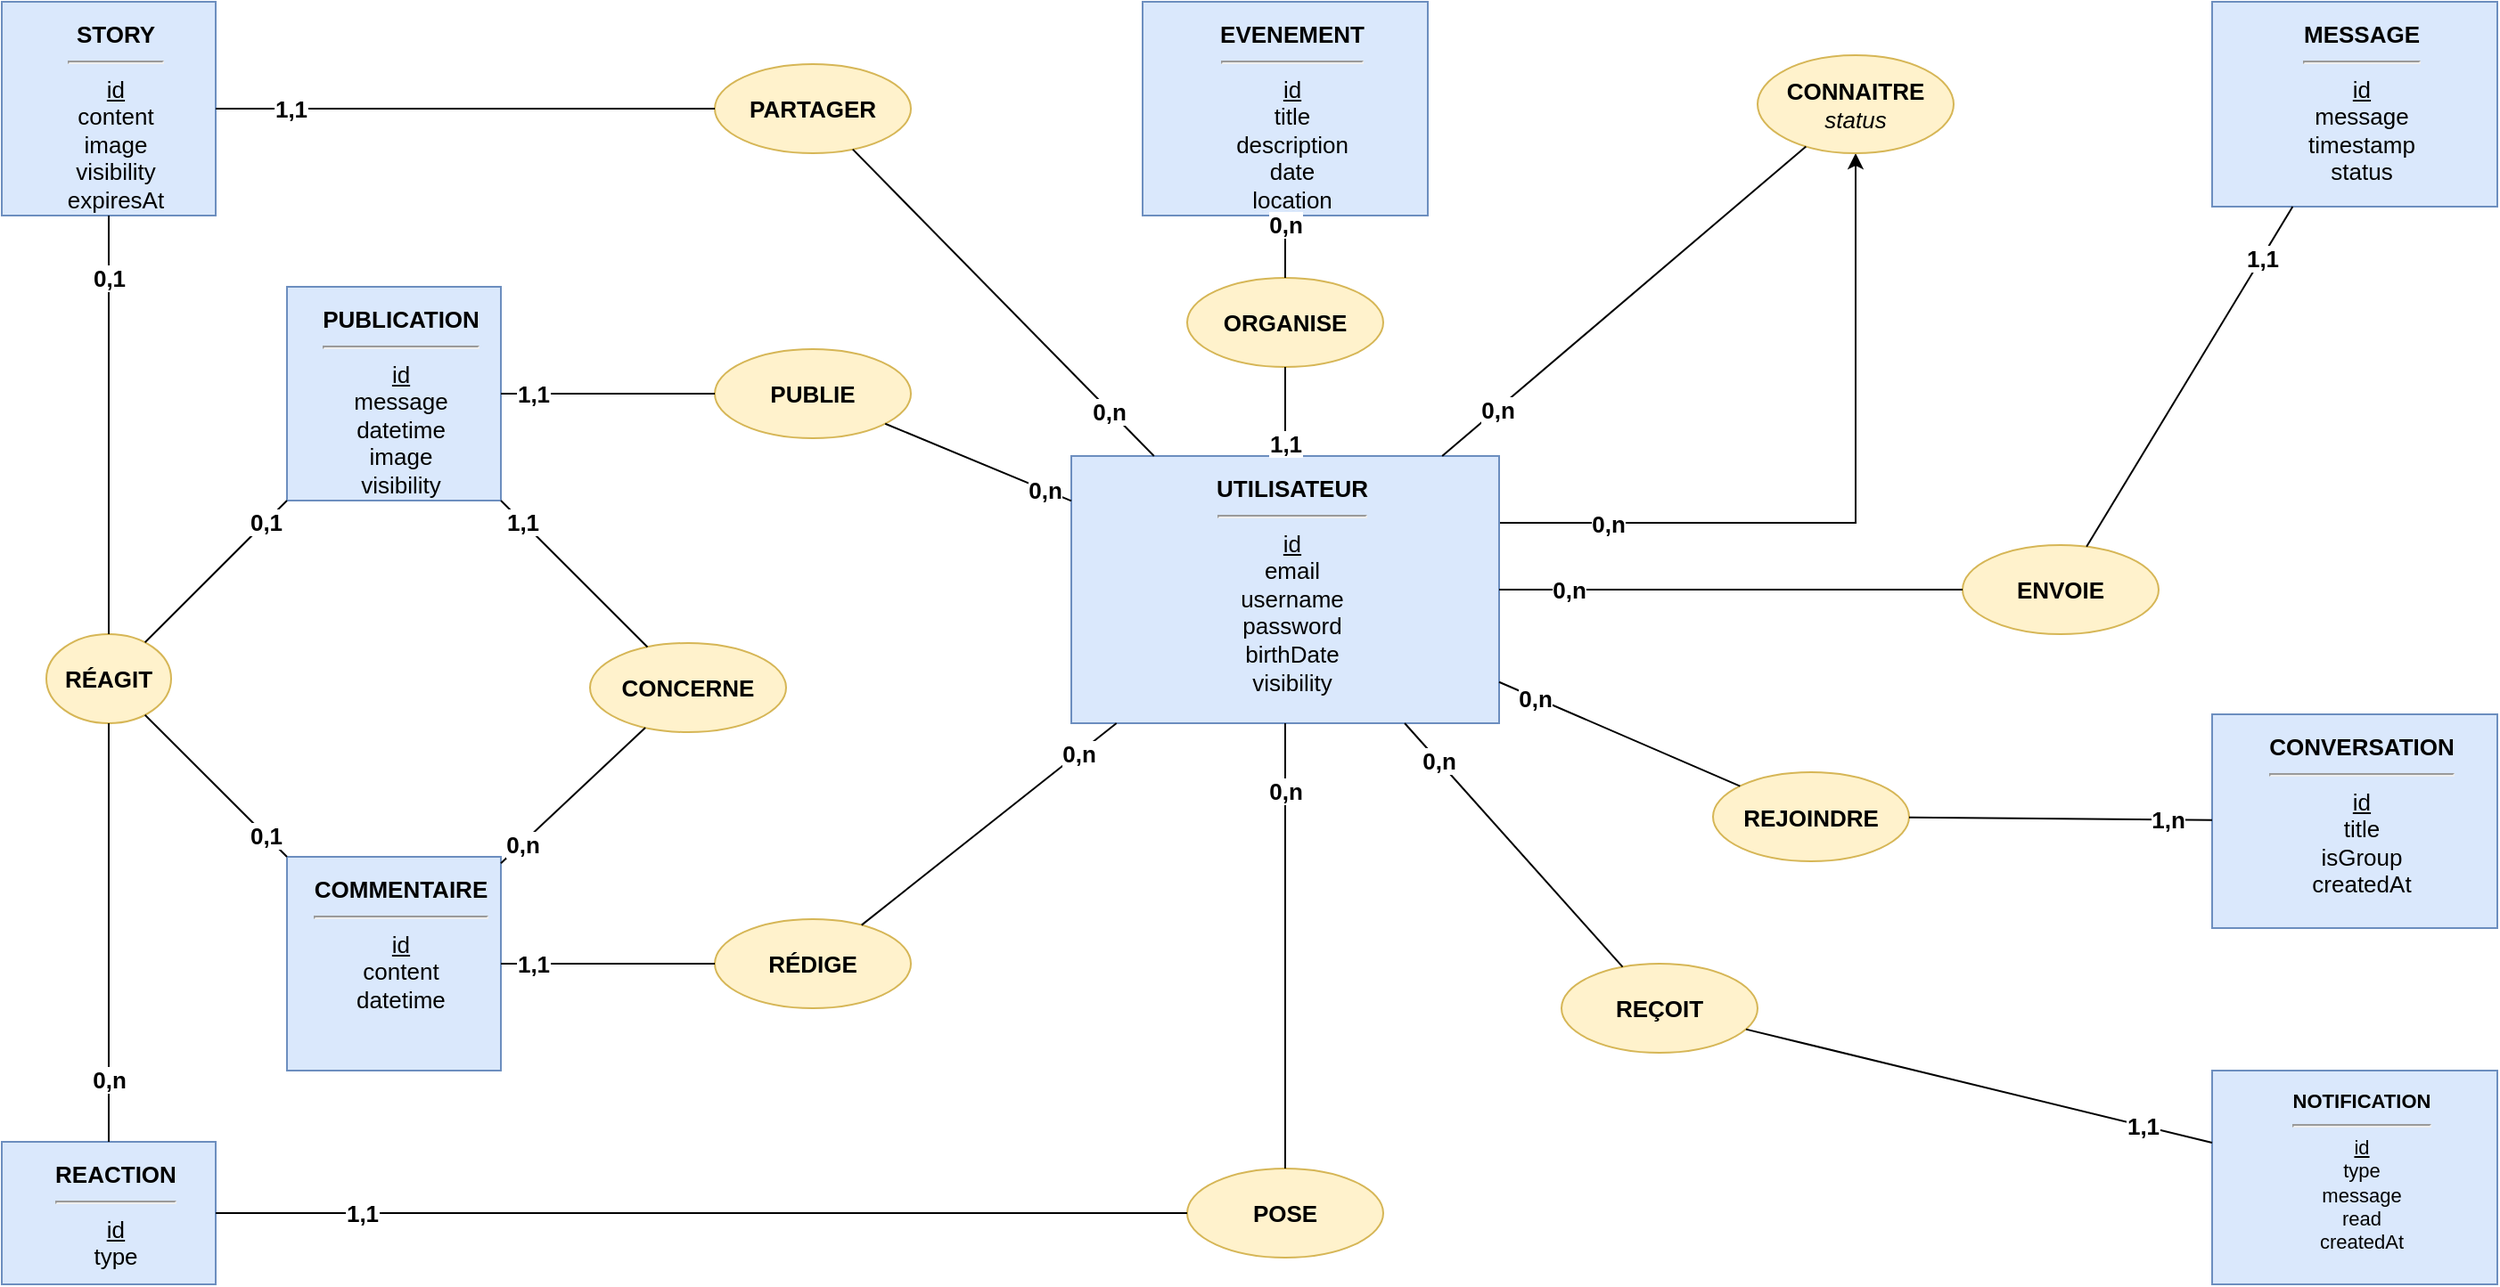
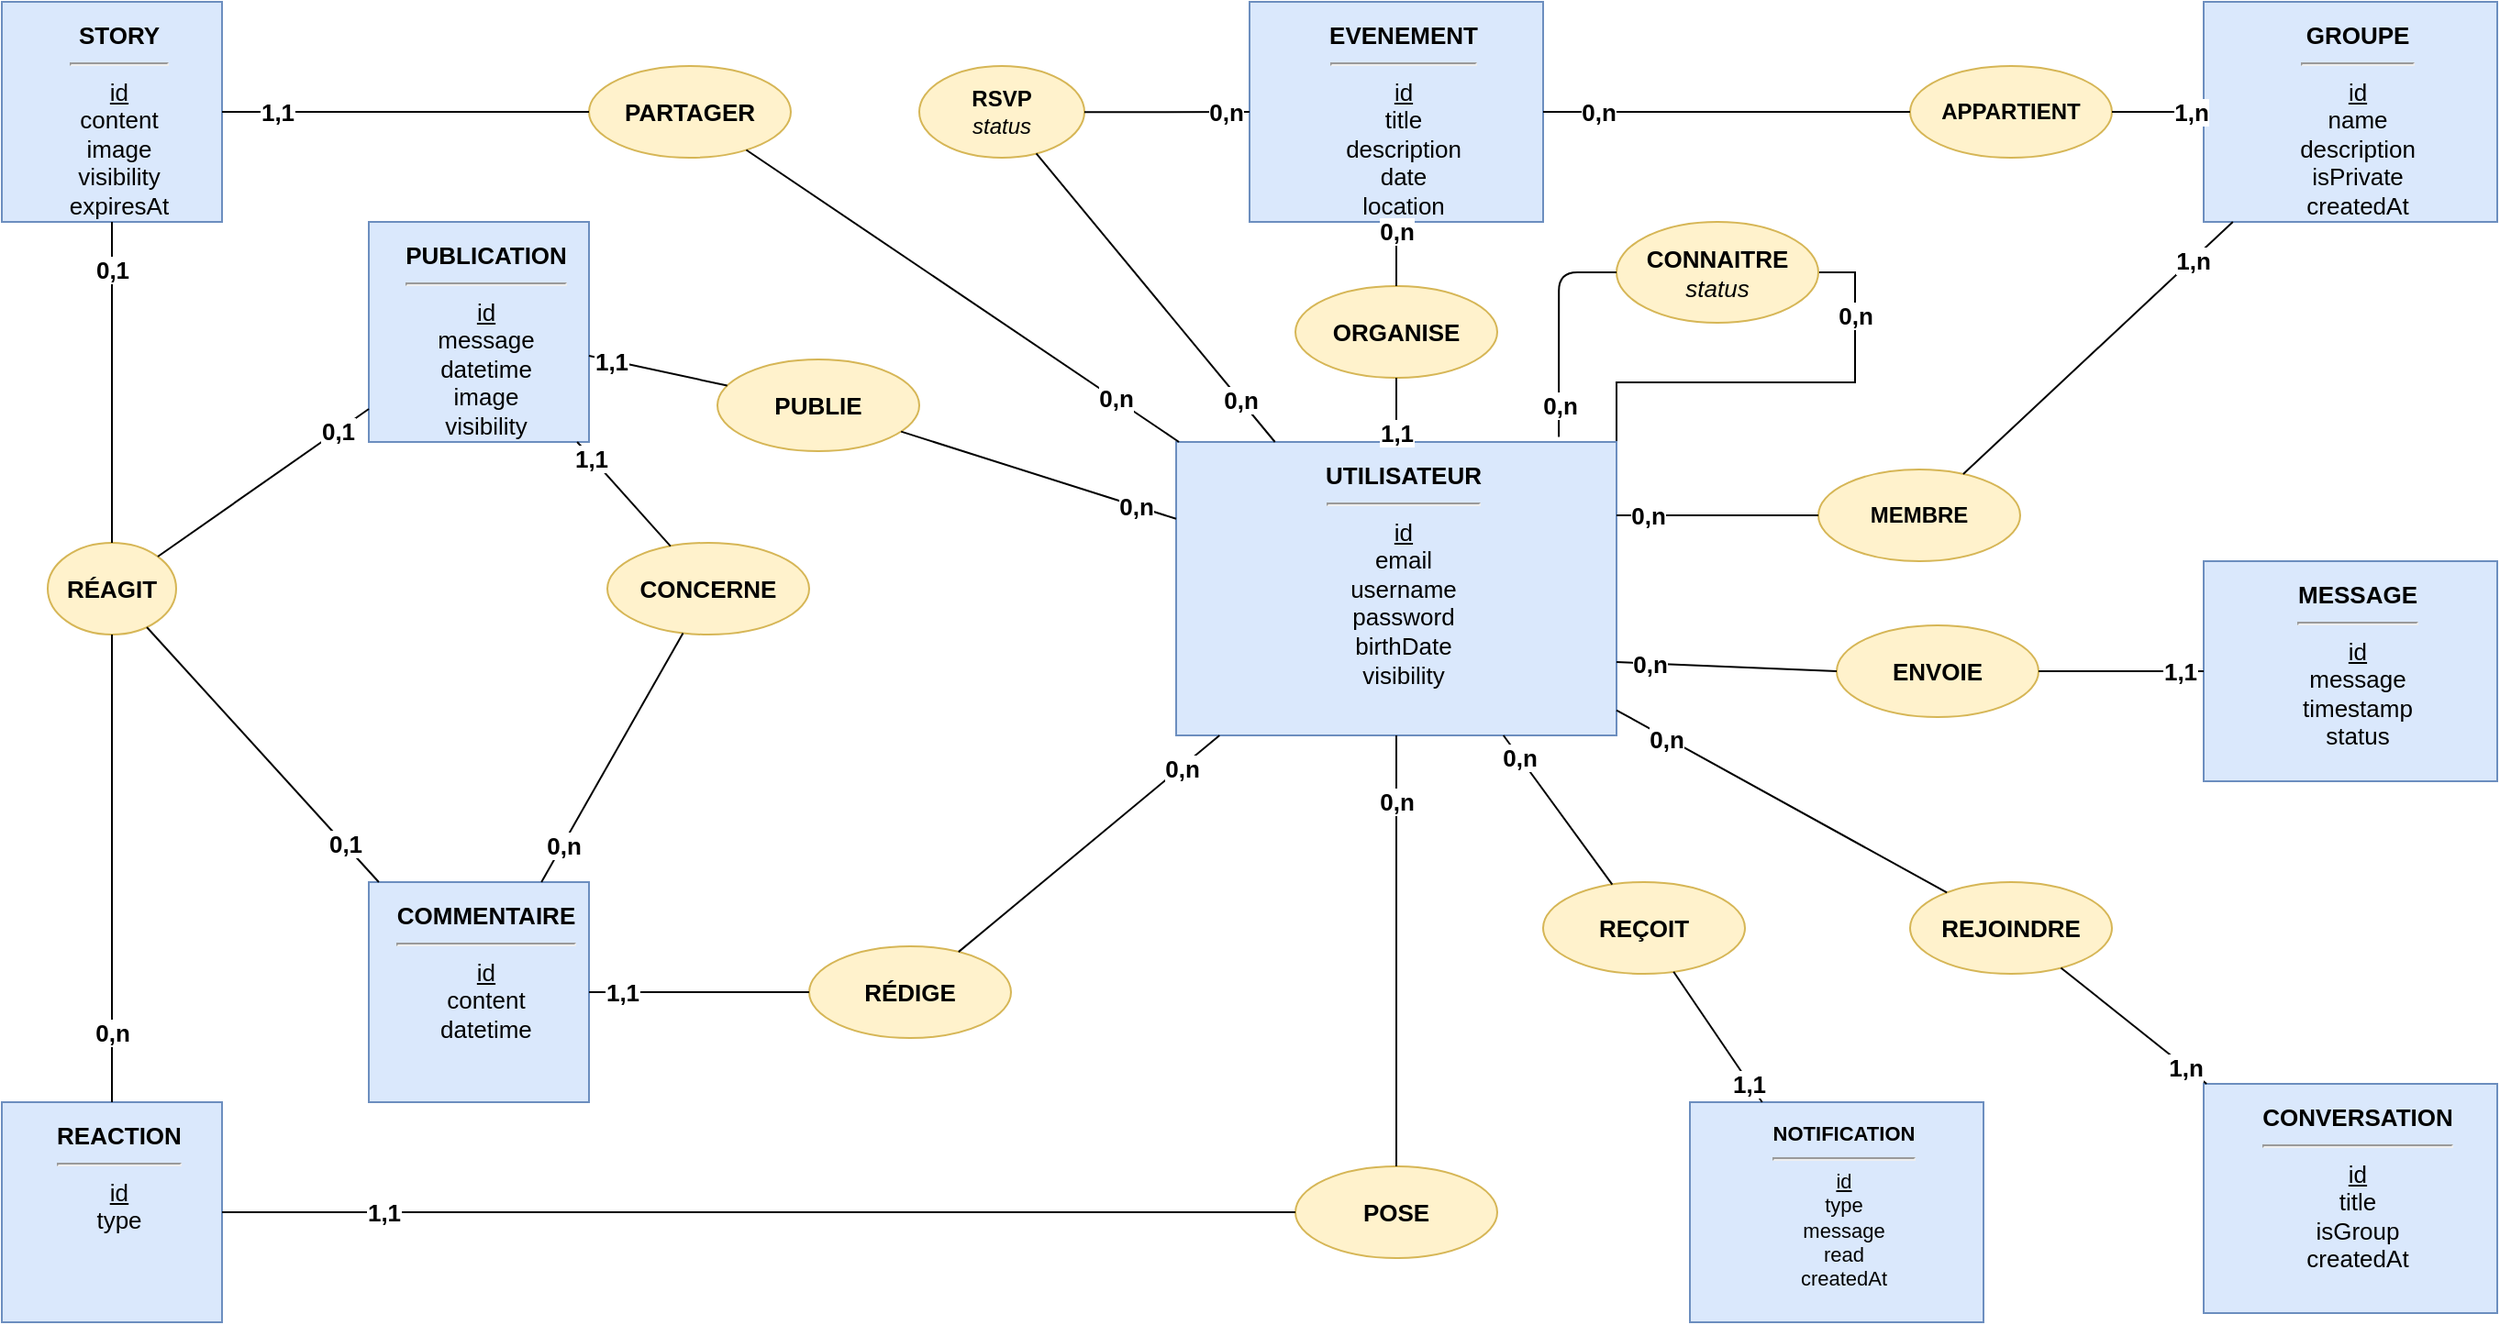
<mxfile host="app.diagrams.net">
  <diagram id="AvOPGSfi3XTp1epjIo77" name="Page-1">
-     <mxGraphModel dx="2618" dy="759" grid="1" gridSize="10" guides="1" tooltips="1" connect="1" arrows="1" fold="1" page="1" pageScale="1" pageWidth="1169" pageHeight="827" math="0" shadow="0">
+     <mxGraphModel dx="2875" dy="893" grid="1" gridSize="10" guides="1" tooltips="1" connect="1" arrows="1" fold="1" page="1" pageScale="1" pageWidth="1169" pageHeight="827" math="0" shadow="0">
      <root>
        <mxCell id="0" />
        <mxCell id="1" parent="0" />
-         <mxCell id="I-HbLYSiOQ31D1_cL5be-6" edge="1" parent="1" source="e_user" style="edgeStyle=orthogonalEdgeStyle;rounded=0;orthogonalLoop=1;jettySize=auto;html=1;exitX=1;exitY=0.25;exitDx=0;exitDy=0;entryX=0.5;entryY=1;entryDx=0;entryDy=0;" target="r_amitie" value="">
-           <mxGeometry relative="1" as="geometry" />
+         <mxCell id="I-HbLYSiOQ31D1_cL5be-6" edge="1" parent="1" source="e_user" style="rounded=0;orthogonalLoop=1;jettySize=auto;html=1;endArrow=none;endFill=0;strokeColor=default;exitX=1;exitY=0;exitDx=0;exitDy=0;entryX=1;entryY=0.5;entryDx=0;entryDy=0;edgeStyle=orthogonalEdgeStyle;" target="r_amitie" value="">
+           <mxGeometry relative="1" as="geometry">
+             <mxPoint x="450" y="280" as="sourcePoint" />
+             <mxPoint x="480" y="200" as="targetPoint" />
+           </mxGeometry>
        </mxCell>
        <mxCell id="card_amitie_user" connectable="0" parent="I-HbLYSiOQ31D1_cL5be-6" style="edgeLabel;html=1;align=center;verticalAlign=middle;resizable=0;fontSize=13;fontStyle=1;" value="0,n" vertex="1">
          <mxGeometry relative="1" x="-0.7" as="geometry">
-             <mxPoint as="offset" />
+             <mxPoint x="126" y="-37" as="offset" />
          </mxGeometry>
        </mxCell>
        <mxCell id="e_user" parent="1" style="rounded=0;whiteSpace=wrap;html=1;align=center;verticalAlign=top;fillColor=#dae8fc;strokeColor=#6c8ebf;spacingLeft=8;spacingTop=4;fontSize=13;" value="&lt;b&gt;UTILISATEUR&lt;/b&gt;&lt;hr&gt;&lt;u&gt;id&lt;/u&gt;&lt;br&gt;email&lt;br&gt;username&lt;br&gt;password&lt;br&gt;birthDate&lt;br&gt;visibility" vertex="1">
-           <mxGeometry height="150" width="240" x="200" y="295" as="geometry" />
+           <mxGeometry height="160" width="240" x="200" y="280" as="geometry" />
        </mxCell>
        <mxCell id="e_post" parent="1" style="rounded=0;whiteSpace=wrap;html=1;align=center;verticalAlign=top;fillColor=#dae8fc;strokeColor=#6c8ebf;spacingLeft=8;spacingTop=4;fontSize=13;" value="&lt;b&gt;PUBLICATION&lt;/b&gt;&lt;hr&gt;&lt;u&gt;id&lt;/u&gt;&lt;br&gt;message&lt;br&gt;datetime&lt;br&gt;image&lt;br&gt;visibility" vertex="1">
-           <mxGeometry height="120" width="120" x="-240" y="200" as="geometry" />
+           <mxGeometry height="120" width="120" x="-240" y="160" as="geometry" />
        </mxCell>
        <mxCell id="e_comment" parent="1" style="rounded=0;whiteSpace=wrap;html=1;align=center;verticalAlign=top;fillColor=#dae8fc;strokeColor=#6c8ebf;spacingLeft=8;spacingTop=4;fontSize=13;" value="&lt;b&gt;COMMENTAIRE&lt;/b&gt;&lt;hr&gt;&lt;u&gt;id&lt;/u&gt;&lt;br&gt;content&lt;br&gt;datetime" vertex="1">
          <mxGeometry height="120" width="120" x="-240" y="520" as="geometry" />
        </mxCell>
        <mxCell id="e_msg" parent="1" style="rounded=0;whiteSpace=wrap;html=1;align=center;verticalAlign=top;fillColor=#dae8fc;strokeColor=#6c8ebf;spacingLeft=8;spacingTop=4;fontSize=13;" value="&lt;b&gt;MESSAGE&lt;/b&gt;&lt;hr&gt;&lt;u&gt;id&lt;/u&gt;&lt;br&gt;message&lt;br&gt;timestamp&lt;br&gt;status" vertex="1">
-           <mxGeometry height="115" width="160" x="840" y="40" as="geometry" />
+           <mxGeometry height="120" width="160" x="760" y="345" as="geometry" />
        </mxCell>
        <mxCell id="e_event" parent="1" style="rounded=0;whiteSpace=wrap;html=1;align=center;verticalAlign=top;fillColor=#dae8fc;strokeColor=#6c8ebf;spacingLeft=8;spacingTop=4;fontSize=13;" value="&lt;b&gt;EVENEMENT&lt;/b&gt;&lt;hr&gt;&lt;u&gt;id&lt;/u&gt;&lt;br&gt;title&lt;br&gt;description&lt;br&gt;date&lt;br&gt;location" vertex="1">
          <mxGeometry height="120" width="160" x="240" y="40" as="geometry" />
        </mxCell>
        <mxCell id="e_conv" parent="1" style="rounded=0;whiteSpace=wrap;html=1;align=center;verticalAlign=top;fillColor=#dae8fc;strokeColor=#6c8ebf;spacingLeft=8;spacingTop=4;fontSize=13;" value="&lt;b&gt;CONVERSATION&lt;/b&gt;&lt;hr&gt;&lt;u&gt;id&lt;/u&gt;&lt;br&gt;title&lt;br&gt;isGroup&lt;br&gt;createdAt" vertex="1">
-           <mxGeometry height="120" width="160" x="840" y="440" as="geometry" />
+           <mxGeometry height="125" width="160" x="760" y="630" as="geometry" />
        </mxCell>
        <mxCell id="e_notif" parent="1" style="rounded=0;whiteSpace=wrap;html=1;align=center;verticalAlign=top;fillColor=#dae8fc;strokeColor=#6c8ebf;spacingLeft=8;spacingTop=4;fontSize=11;" value="&lt;b&gt;NOTIFICATION&lt;/b&gt;&lt;hr&gt;&lt;u&gt;id&lt;/u&gt;&lt;br&gt;type&lt;br&gt;message&lt;br&gt;read&lt;br&gt;createdAt" vertex="1">
-           <mxGeometry height="120" width="160" x="840" y="640" as="geometry" />
+           <mxGeometry height="120" width="160" x="480" y="640" as="geometry" />
        </mxCell>
        <mxCell id="e_story" parent="1" style="rounded=0;whiteSpace=wrap;html=1;align=center;verticalAlign=top;fillColor=#dae8fc;strokeColor=#6c8ebf;spacingLeft=8;spacingTop=4;fontSize=13;" value="&lt;b&gt;STORY&lt;/b&gt;&lt;hr&gt;&lt;u&gt;id&lt;/u&gt;&lt;br&gt;content&lt;br&gt;image&lt;br&gt;visibility&lt;br&gt;expiresAt" vertex="1">
-           <mxGeometry height="120" width="120" x="-400" y="40" as="geometry" />
+           <mxGeometry height="120" width="120" x="-440" y="40" as="geometry" />
        </mxCell>
        <mxCell id="e_reaction" parent="1" style="rounded=0;whiteSpace=wrap;html=1;align=center;verticalAlign=top;fillColor=#dae8fc;strokeColor=#6c8ebf;spacingLeft=8;spacingTop=4;fontSize=13;" value="&lt;div&gt;&lt;b style=&quot;background-color: transparent; color: light-dark(rgb(0, 0, 0), rgb(255, 255, 255));&quot;&gt;REACTION&lt;/b&gt;&lt;/div&gt;&lt;hr&gt;&lt;u&gt;&lt;div&gt;&lt;u style=&quot;background-color: transparent; color: light-dark(rgb(0, 0, 0), rgb(255, 255, 255));&quot;&gt;id&lt;/u&gt;&lt;/div&gt;&lt;/u&gt;&lt;div&gt;&lt;span style=&quot;background-color: transparent; color: light-dark(rgb(0, 0, 0), rgb(255, 255, 255));&quot;&gt;type&lt;/span&gt;&lt;/div&gt;" vertex="1">
-           <mxGeometry height="80" width="120" x="-400" y="680" as="geometry" />
+           <mxGeometry height="120" width="120" x="-440" y="640" as="geometry" />
        </mxCell>
        <mxCell id="r_publie_story" parent="1" style="ellipse;whiteSpace=wrap;html=1;fillColor=#fff2cc;strokeColor=#d6b656;fontSize=13;" value="&lt;b&gt;PARTAGER&lt;/b&gt;" vertex="1">
-           <mxGeometry height="50" width="110" y="75" as="geometry" />
+           <mxGeometry height="50" width="110" x="-120" y="75" as="geometry" />
        </mxCell>
        <mxCell id="r_pose" parent="1" style="ellipse;whiteSpace=wrap;html=1;fillColor=#fff2cc;strokeColor=#d6b656;fontSize=13;" value="&lt;b&gt;POSE&lt;/b&gt;" vertex="1">
-           <mxGeometry height="50" width="110" x="265" y="695" as="geometry" />
+           <mxGeometry height="50" width="110" x="265" y="675" as="geometry" />
        </mxCell>
        <mxCell id="r_reagit_post" parent="1" style="ellipse;whiteSpace=wrap;html=1;fillColor=#fff2cc;strokeColor=#d6b656;fontSize=13;" value="&lt;b&gt;RÉAGIT&lt;/b&gt;" vertex="1">
-           <mxGeometry height="50" width="70" x="-375" y="395" as="geometry" />
+           <mxGeometry height="50" width="70" x="-415" y="335" as="geometry" />
        </mxCell>
        <mxCell id="es1" edge="1" parent="1" source="e_user" style="endArrow=none;html=1;" target="r_publie_story" value="">
          <mxGeometry relative="1" as="geometry" />
        </mxCell>
        <mxCell id="es1_src" connectable="0" parent="es1" style="edgeLabel;html=1;align=center;verticalAlign=middle;resizable=0;fontSize=13;fontStyle=1;" value="0,n" vertex="1">
          <mxGeometry relative="1" x="-0.7" as="geometry">
            <mxPoint as="offset" />
          </mxGeometry>
        </mxCell>
        <mxCell id="es2" edge="1" parent="1" source="r_publie_story" style="endArrow=none;html=1;" target="e_story" value="">
          <mxGeometry relative="1" as="geometry" />
        </mxCell>
        <mxCell id="es2_tgt" connectable="0" parent="es2" style="edgeLabel;html=1;align=center;verticalAlign=middle;resizable=0;fontSize=13;fontStyle=1;" value="1,1" vertex="1">
          <mxGeometry relative="1" x="0.7" as="geometry">
            <mxPoint as="offset" />
          </mxGeometry>
        </mxCell>
        <mxCell id="er1" edge="1" parent="1" source="e_user" style="endArrow=none;html=1;" target="r_pose" value="">
          <mxGeometry relative="1" as="geometry" />
        </mxCell>
        <mxCell id="er1_src" connectable="0" parent="er1" style="edgeLabel;html=1;align=center;verticalAlign=middle;resizable=0;fontSize=13;fontStyle=1;" value="0,n" vertex="1">
          <mxGeometry relative="1" x="-0.7" as="geometry">
            <mxPoint as="offset" />
          </mxGeometry>
        </mxCell>
        <mxCell id="er2" edge="1" parent="1" source="r_pose" style="endArrow=none;html=1;" target="e_reaction" value="">
          <mxGeometry relative="1" as="geometry" />
        </mxCell>
        <mxCell id="er2_tgt" connectable="0" parent="er2" style="edgeLabel;html=1;align=center;verticalAlign=middle;resizable=0;fontSize=13;fontStyle=1;" value="1,1" vertex="1">
          <mxGeometry relative="1" x="0.7" as="geometry">
            <mxPoint as="offset" />
          </mxGeometry>
        </mxCell>
        <mxCell id="er3" edge="1" parent="1" source="e_reaction" style="endArrow=none;html=1;" target="r_reagit_post" value="">
          <mxGeometry relative="1" as="geometry" />
        </mxCell>
        <mxCell id="er3_src" connectable="0" parent="er3" style="edgeLabel;html=1;align=center;verticalAlign=middle;resizable=0;fontSize=13;fontStyle=1;" value="0,n" vertex="1">
          <mxGeometry relative="1" x="-0.7" as="geometry">
            <mxPoint as="offset" />
          </mxGeometry>
        </mxCell>
        <mxCell id="er4" edge="1" parent="1" source="r_reagit_post" style="endArrow=none;html=1;" target="e_post" value="">
          <mxGeometry relative="1" as="geometry" />
        </mxCell>
        <mxCell id="er4_tgt" connectable="0" parent="er4" style="edgeLabel;html=1;align=center;verticalAlign=middle;resizable=0;fontSize=13;fontStyle=1;" value="0,1" vertex="1">
          <mxGeometry relative="1" x="0.7" as="geometry">
            <mxPoint as="offset" />
          </mxGeometry>
        </mxCell>
        <mxCell id="er5" edge="1" parent="1" source="r_reagit_post" style="endArrow=none;html=1;" target="e_story" value="">
          <mxGeometry relative="1" as="geometry" />
        </mxCell>
        <mxCell id="er5_tgt" connectable="0" parent="er5" style="edgeLabel;html=1;align=center;verticalAlign=middle;resizable=0;fontSize=13;fontStyle=1;" value="0,1" vertex="1">
          <mxGeometry relative="1" x="0.7" as="geometry">
            <mxPoint as="offset" />
          </mxGeometry>
        </mxCell>
        <mxCell id="er6" edge="1" parent="1" source="r_reagit_post" style="endArrow=none;html=1;" target="e_comment" value="">
          <mxGeometry relative="1" as="geometry" />
        </mxCell>
        <mxCell id="er6_tgt" connectable="0" parent="er6" style="edgeLabel;html=1;align=center;verticalAlign=middle;resizable=0;fontSize=13;fontStyle=1;" value="0,1" vertex="1">
          <mxGeometry relative="1" x="0.7" as="geometry">
            <mxPoint as="offset" />
          </mxGeometry>
        </mxCell>
        <mxCell id="r_publie" parent="1" style="ellipse;whiteSpace=wrap;html=1;fillColor=#fff2cc;strokeColor=#d6b656;fontSize=13;" value="&lt;b&gt;PUBLIE&lt;/b&gt;" vertex="1">
-           <mxGeometry height="50" width="110" y="235" as="geometry" />
+           <mxGeometry height="50" width="110" x="-50" y="235" as="geometry" />
        </mxCell>
        <mxCell id="r_redige" parent="1" style="ellipse;whiteSpace=wrap;html=1;fillColor=#fff2cc;strokeColor=#d6b656;fontSize=13;" value="&lt;b&gt;RÉDIGE&lt;/b&gt;" vertex="1">
          <mxGeometry height="50" width="110" y="555" as="geometry" />
        </mxCell>
        <mxCell id="r_concerne" parent="1" style="ellipse;whiteSpace=wrap;html=1;fillColor=#fff2cc;strokeColor=#d6b656;fontSize=13;" value="&lt;b&gt;CONCERNE&lt;/b&gt;" vertex="1">
-           <mxGeometry height="50" width="110" x="-70" y="400" as="geometry" />
+           <mxGeometry height="50" width="110" x="-110" y="335" as="geometry" />
        </mxCell>
        <mxCell id="r_envoie" parent="1" style="ellipse;whiteSpace=wrap;html=1;fillColor=#fff2cc;strokeColor=#d6b656;fontSize=13;" value="&lt;b&gt;ENVOIE&lt;/b&gt;" vertex="1">
-           <mxGeometry height="50" width="110" x="700" y="345" as="geometry" />
+           <mxGeometry height="50" width="110" x="560" y="380" as="geometry" />
        </mxCell>
        <mxCell id="r_organise" parent="1" style="ellipse;whiteSpace=wrap;html=1;fillColor=#fff2cc;strokeColor=#d6b656;fontSize=13;" value="&lt;b&gt;ORGANISE&lt;/b&gt;" vertex="1">
          <mxGeometry height="50" width="110" x="265" y="195" as="geometry" />
        </mxCell>
        <mxCell id="r_participe" parent="1" style="ellipse;whiteSpace=wrap;html=1;fillColor=#fff2cc;strokeColor=#d6b656;fontSize=13;" value="&lt;b&gt;REJOINDRE&lt;/b&gt;" vertex="1">
-           <mxGeometry height="50" width="110" x="560" y="472.5" as="geometry" />
+           <mxGeometry height="50" width="110" x="600" y="520" as="geometry" />
        </mxCell>
        <mxCell id="r_notif" parent="1" style="ellipse;whiteSpace=wrap;html=1;fillColor=#fff2cc;strokeColor=#d6b656;fontSize=13;" value="&lt;b&gt;REÇOIT&lt;/b&gt;" vertex="1">
-           <mxGeometry height="50" width="110" x="475" y="580" as="geometry" />
+           <mxGeometry height="50" width="110" x="400" y="520" as="geometry" />
        </mxCell>
        <mxCell id="r_amitie" parent="1" style="ellipse;whiteSpace=wrap;html=1;fillColor=#fff2cc;strokeColor=#d6b656;fontSize=13;" value="&lt;b&gt;CONNAITRE&lt;/b&gt;&lt;br&gt;&lt;i&gt;status&lt;/i&gt;" vertex="1">
-           <mxGeometry height="55" width="110" x="585" y="70" as="geometry" />
+           <mxGeometry height="55" width="110" x="440" y="160" as="geometry" />
        </mxCell>
        <mxCell id="ed1" edge="1" parent="1" source="e_user" style="endArrow=none;html=1;" target="r_publie" value="">
          <mxGeometry relative="1" as="geometry" />
        </mxCell>
        <mxCell id="ed1_src" connectable="0" parent="ed1" style="edgeLabel;html=1;align=center;verticalAlign=middle;resizable=0;fontSize=13;fontStyle=1;" value="0,n" vertex="1">
          <mxGeometry relative="1" x="-0.7" as="geometry">
            <mxPoint as="offset" />
          </mxGeometry>
        </mxCell>
        <mxCell id="ed2" edge="1" parent="1" source="r_publie" style="endArrow=none;html=1;" target="e_post" value="">
          <mxGeometry relative="1" as="geometry" />
        </mxCell>
        <mxCell id="ed2_tgt" connectable="0" parent="ed2" style="edgeLabel;html=1;align=center;verticalAlign=middle;resizable=0;fontSize=13;fontStyle=1;" value="1,1" vertex="1">
          <mxGeometry relative="1" x="0.7" as="geometry">
            <mxPoint as="offset" />
          </mxGeometry>
        </mxCell>
        <mxCell id="ed3" edge="1" parent="1" source="e_user" style="endArrow=none;html=1;" target="r_redige" value="">
          <mxGeometry relative="1" as="geometry" />
        </mxCell>
        <mxCell id="ed3_src" connectable="0" parent="ed3" style="edgeLabel;html=1;align=center;verticalAlign=middle;resizable=0;fontSize=13;fontStyle=1;" value="0,n" vertex="1">
          <mxGeometry relative="1" x="-0.7" as="geometry">
            <mxPoint as="offset" />
          </mxGeometry>
        </mxCell>
        <mxCell id="ed4" edge="1" parent="1" source="r_redige" style="endArrow=none;html=1;" target="e_comment" value="">
          <mxGeometry relative="1" as="geometry" />
        </mxCell>
        <mxCell id="ed4_tgt" connectable="0" parent="ed4" style="edgeLabel;html=1;align=center;verticalAlign=middle;resizable=0;fontSize=13;fontStyle=1;" value="1,1" vertex="1">
          <mxGeometry relative="1" x="0.7" as="geometry">
            <mxPoint as="offset" />
          </mxGeometry>
        </mxCell>
        <mxCell id="ed5" edge="1" parent="1" source="e_comment" style="endArrow=none;html=1;" target="r_concerne" value="">
          <mxGeometry relative="1" as="geometry" />
        </mxCell>
        <mxCell id="ed5_src" connectable="0" parent="ed5" style="edgeLabel;html=1;align=center;verticalAlign=middle;resizable=0;fontSize=13;fontStyle=1;" value="0,n" vertex="1">
          <mxGeometry relative="1" x="-0.7" as="geometry">
            <mxPoint as="offset" />
          </mxGeometry>
        </mxCell>
        <mxCell id="ed6" edge="1" parent="1" source="r_concerne" style="endArrow=none;html=1;" target="e_post" value="">
          <mxGeometry relative="1" as="geometry" />
        </mxCell>
        <mxCell id="ed6_tgt" connectable="0" parent="ed6" style="edgeLabel;html=1;align=center;verticalAlign=middle;resizable=0;fontSize=13;fontStyle=1;" value="1,1" vertex="1">
          <mxGeometry relative="1" x="0.7" as="geometry">
            <mxPoint as="offset" />
          </mxGeometry>
        </mxCell>
-         <mxCell id="ed7" edge="1" parent="1" source="e_user" style="endArrow=none;html=1;" target="r_envoie" value="">
-           <mxGeometry relative="1" as="geometry" />
+         <mxCell id="ed7" edge="1" parent="1" source="e_user" style="endArrow=none;html=1;exitX=1;exitY=0.75;exitDx=0;exitDy=0;entryX=0;entryY=0.5;entryDx=0;entryDy=0;" target="r_envoie" value="">
+           <mxGeometry relative="1" as="geometry">
+             <mxPoint x="500" y="380" as="sourcePoint" />
+             <mxPoint x="610" y="400" as="targetPoint" />
+           </mxGeometry>
        </mxCell>
        <mxCell id="ed7_src" connectable="0" parent="ed7" style="edgeLabel;html=1;align=center;verticalAlign=middle;resizable=0;fontSize=13;fontStyle=1;" value="0,n" vertex="1">
          <mxGeometry relative="1" x="-0.7" as="geometry">
            <mxPoint as="offset" />
          </mxGeometry>
        </mxCell>
-         <mxCell id="ed8" edge="1" parent="1" source="r_envoie" style="endArrow=none;html=1;" target="e_msg" value="">
-           <mxGeometry relative="1" as="geometry" />
+         <mxCell id="ed8" edge="1" parent="1" source="r_envoie" style="endArrow=none;html=1;entryX=0;entryY=0.5;entryDx=0;entryDy=0;" target="e_msg" value="">
+           <mxGeometry relative="1" as="geometry">
+             <mxPoint x="880" y="430" as="targetPoint" />
+           </mxGeometry>
        </mxCell>
        <mxCell id="ed8_tgt" connectable="0" parent="ed8" style="edgeLabel;html=1;align=center;verticalAlign=middle;resizable=0;fontSize=13;fontStyle=1;" value="1,1" vertex="1">
          <mxGeometry relative="1" x="0.7" as="geometry">
            <mxPoint as="offset" />
          </mxGeometry>
        </mxCell>
        <mxCell id="ed9" edge="1" parent="1" source="e_user" style="endArrow=none;html=1;" target="r_organise" value="">
          <mxGeometry relative="1" as="geometry" />
        </mxCell>
        <mxCell id="ed9_src" connectable="0" parent="ed9" style="edgeLabel;html=1;align=center;verticalAlign=middle;resizable=0;fontSize=13;fontStyle=1;" value="1,1" vertex="1">
          <mxGeometry relative="1" x="-0.7" as="geometry">
            <mxPoint as="offset" />
          </mxGeometry>
        </mxCell>
        <mxCell id="ed10" edge="1" parent="1" source="r_organise" style="endArrow=none;html=1;" target="e_event" value="">
          <mxGeometry relative="1" as="geometry" />
        </mxCell>
        <mxCell id="ed10_tgt" connectable="0" parent="ed10" style="edgeLabel;html=1;align=center;verticalAlign=middle;resizable=0;fontSize=13;fontStyle=1;" value="0,n" vertex="1">
          <mxGeometry relative="1" x="0.7" as="geometry">
            <mxPoint as="offset" />
          </mxGeometry>
        </mxCell>
        <mxCell id="ed11" edge="1" parent="1" source="e_user" style="endArrow=none;html=1;" target="r_participe" value="">
          <mxGeometry relative="1" as="geometry" />
        </mxCell>
        <mxCell id="ed11_src" connectable="0" parent="ed11" style="edgeLabel;html=1;align=center;verticalAlign=middle;resizable=0;fontSize=13;fontStyle=1;" value="0,n" vertex="1">
          <mxGeometry relative="1" x="-0.7" as="geometry">
            <mxPoint as="offset" />
          </mxGeometry>
        </mxCell>
        <mxCell id="ed12" edge="1" parent="1" source="r_participe" style="endArrow=none;html=1;" target="e_conv" value="">
          <mxGeometry relative="1" as="geometry" />
        </mxCell>
        <mxCell id="ed12_tgt" connectable="0" parent="ed12" style="edgeLabel;html=1;align=center;verticalAlign=middle;resizable=0;fontSize=13;fontStyle=1;" value="1,n" vertex="1">
          <mxGeometry relative="1" x="0.7" as="geometry">
            <mxPoint as="offset" />
          </mxGeometry>
        </mxCell>
        <mxCell id="ed13" edge="1" parent="1" source="e_user" style="endArrow=none;html=1;" target="r_notif" value="">
          <mxGeometry relative="1" as="geometry" />
        </mxCell>
        <mxCell id="ed13_src" connectable="0" parent="ed13" style="edgeLabel;html=1;align=center;verticalAlign=middle;resizable=0;fontSize=13;fontStyle=1;" value="0,n" vertex="1">
          <mxGeometry relative="1" x="-0.7" as="geometry">
            <mxPoint as="offset" />
          </mxGeometry>
        </mxCell>
        <mxCell id="ed14" edge="1" parent="1" source="r_notif" style="endArrow=none;html=1;" target="e_notif" value="">
          <mxGeometry relative="1" as="geometry" />
        </mxCell>
        <mxCell id="ed14_tgt" connectable="0" parent="ed14" style="edgeLabel;html=1;align=center;verticalAlign=middle;resizable=0;fontSize=13;fontStyle=1;" value="1,1" vertex="1">
          <mxGeometry relative="1" x="0.7" as="geometry">
            <mxPoint as="offset" />
          </mxGeometry>
        </mxCell>
-         <mxCell id="ed15" edge="1" parent="1" source="e_user" style="endArrow=none;html=1;" target="r_amitie" value="">
+         <mxCell id="ed15" edge="1" parent="1" source="e_user" style="endArrow=none;html=1;exitX=0.869;exitY=-0.017;exitDx=0;exitDy=0;entryX=0;entryY=0.5;entryDx=0;entryDy=0;edgeStyle=orthogonalEdgeStyle;exitPerimeter=0;" target="r_amitie" value="">
          <mxGeometry relative="1" as="geometry" />
        </mxCell>
        <mxCell id="ed15_src" connectable="0" parent="ed15" style="edgeLabel;html=1;align=center;verticalAlign=middle;resizable=0;fontSize=13;fontStyle=1;" value="0,n" vertex="1">
          <mxGeometry relative="1" x="-0.7" as="geometry">
+             <mxPoint as="offset" />
+           </mxGeometry>
+         </mxCell>
+         <mxCell id="e_groupe" parent="1" style="rounded=0;whiteSpace=wrap;html=1;align=center;verticalAlign=top;fillColor=#dae8fc;strokeColor=#6c8ebf;spacingLeft=8;spacingTop=4;fontSize=13;" value="&lt;b&gt;GROUPE&lt;/b&gt;&lt;hr&gt;&lt;u&gt;id&lt;/u&gt;&lt;br&gt;name&lt;br&gt;description&lt;br&gt;isPrivate&lt;br&gt;createdAt" vertex="1">
+           <mxGeometry height="120" width="160" x="760" y="40" as="geometry" />
+         </mxCell>
+         <mxCell id="r_groupe_event" parent="1" style="ellipse;whiteSpace=wrap;html=1;fillColor=#fff2cc;strokeColor=#d6b656;fontSize=12;" value="&lt;b&gt;APPARTIENT&lt;/b&gt;" vertex="1">
+           <mxGeometry height="50" width="110" x="600" y="75" as="geometry" />
+         </mxCell>
+         <mxCell id="eg1" edge="1" parent="1" source="e_groupe" style="endArrow=none;html=1;" target="r_groupe_event" value="">
+           <mxGeometry relative="1" as="geometry" />
+         </mxCell>
+         <mxCell id="eg1_src" connectable="0" parent="eg1" style="edgeLabel;html=1;align=center;verticalAlign=middle;resizable=0;fontSize=13;fontStyle=1;" value="1,n" vertex="1">
+           <mxGeometry relative="1" x="-0.7" as="geometry">
+             <mxPoint as="offset" />
+           </mxGeometry>
+         </mxCell>
+         <mxCell id="eg2" edge="1" parent="1" source="r_groupe_event" style="endArrow=none;html=1;" target="e_event" value="">
+           <mxGeometry relative="1" as="geometry" />
+         </mxCell>
+         <mxCell id="eg2_tgt" connectable="0" parent="eg2" style="edgeLabel;html=1;align=center;verticalAlign=middle;resizable=0;fontSize=13;fontStyle=1;" value="0,n" vertex="1">
+           <mxGeometry relative="1" x="0.7" as="geometry">
+             <mxPoint as="offset" />
+           </mxGeometry>
+         </mxCell>
+         <mxCell id="r_membre" parent="1" style="ellipse;whiteSpace=wrap;html=1;fillColor=#fff2cc;strokeColor=#d6b656;fontSize=12;" value="&lt;b&gt;MEMBRE&lt;/b&gt;" vertex="1">
+           <mxGeometry height="50" width="110" x="550" y="295" as="geometry" />
+         </mxCell>
+         <mxCell id="em1" edge="1" parent="1" source="e_user" style="endArrow=none;html=1;entryX=0;entryY=0.5;entryDx=0;entryDy=0;exitX=1;exitY=0.25;exitDx=0;exitDy=0;" target="r_membre" value="">
+           <mxGeometry relative="1" as="geometry">
+             <Array as="points" />
+             <mxPoint x="450" y="323" as="sourcePoint" />
+             <mxPoint x="620" y="350" as="targetPoint" />
+           </mxGeometry>
+         </mxCell>
+         <mxCell id="em1_src" connectable="0" parent="em1" style="edgeLabel;html=1;align=center;verticalAlign=middle;resizable=0;fontSize=13;fontStyle=1;" value="0,n" vertex="1">
+           <mxGeometry relative="1" x="-0.7" as="geometry">
+             <mxPoint as="offset" />
+           </mxGeometry>
+         </mxCell>
+         <mxCell id="em2" edge="1" parent="1" source="r_membre" style="endArrow=none;html=1;" target="e_groupe" value="">
+           <mxGeometry relative="1" as="geometry" />
+         </mxCell>
+         <mxCell id="em2_tgt" connectable="0" parent="em2" style="edgeLabel;html=1;align=center;verticalAlign=middle;resizable=0;fontSize=13;fontStyle=1;" value="1,n" vertex="1">
+           <mxGeometry relative="1" x="0.7" as="geometry">
+             <mxPoint as="offset" />
+           </mxGeometry>
+         </mxCell>
+         <mxCell id="r_rsvp" parent="1" style="ellipse;whiteSpace=wrap;html=1;fillColor=#fff2cc;strokeColor=#d6b656;fontSize=12;" value="&lt;b&gt;RSVP&lt;/b&gt;&lt;br&gt;&lt;i&gt;status&lt;/i&gt;" vertex="1">
+           <mxGeometry height="50" width="90" x="60" y="75" as="geometry" />
+         </mxCell>
+         <mxCell id="ersvp1" edge="1" parent="1" source="e_user" style="endArrow=none;html=1;" target="r_rsvp" value="">
+           <mxGeometry relative="1" as="geometry" />
+         </mxCell>
+         <mxCell id="ersvp1_src" connectable="0" parent="ersvp1" style="edgeLabel;html=1;align=center;verticalAlign=middle;resizable=0;fontSize=13;fontStyle=1;" value="0,n" vertex="1">
+           <mxGeometry relative="1" x="-0.7" as="geometry">
+             <mxPoint as="offset" />
+           </mxGeometry>
+         </mxCell>
+         <mxCell id="ersvp2" edge="1" parent="1" source="r_rsvp" style="endArrow=none;html=1;" target="e_event" value="">
+           <mxGeometry relative="1" as="geometry" />
+         </mxCell>
+         <mxCell id="ersvp2_tgt" connectable="0" parent="ersvp2" style="edgeLabel;html=1;align=center;verticalAlign=middle;resizable=0;fontSize=13;fontStyle=1;" value="0,n" vertex="1">
+           <mxGeometry relative="1" x="0.7" as="geometry">
            <mxPoint as="offset" />
          </mxGeometry>
        </mxCell>
      </root>
    </mxGraphModel>
  </diagram>
</mxfile>
